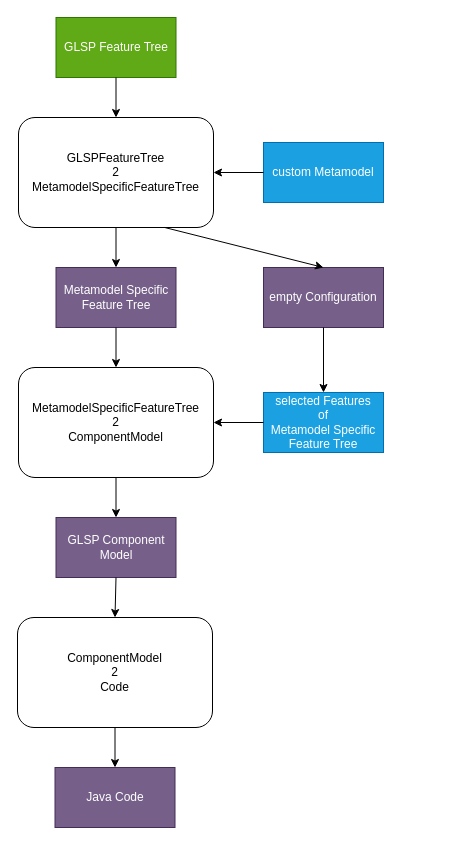
Earlier version of the draw.io diagram page "Seite-3" (3 of 3) of diagrams/componentDiagram.drawio (Botchi24/glsp). Source tidied: cells renumbered, new cells numbered last; positions are measured from the earlier drawing's top-left corner, leaving out a move shared by most shapes. Both pictures are drawn from the tidied source at 100%, with x=0, y=0 at pixel (17, 17).
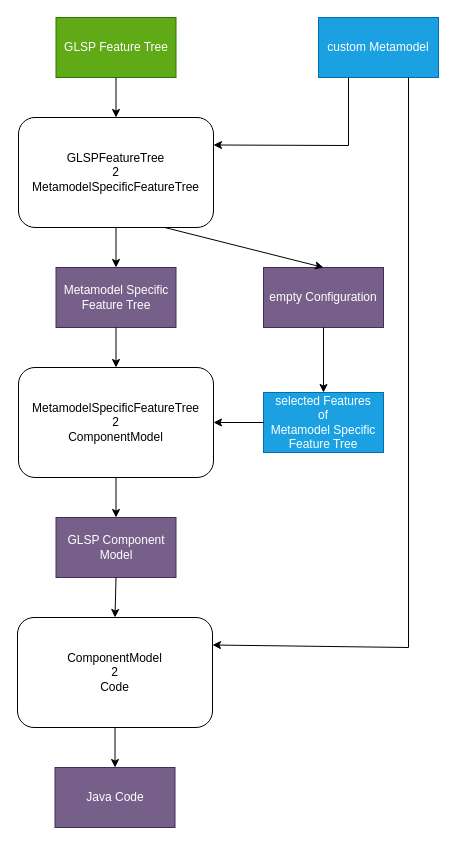
After the change.

The change refers to these unchanged cells:
```xml
<mxCell id="4" value="GLSPFeatureTree&lt;div&gt;2&lt;/div&gt;&lt;div&gt;MetamodelSpecificFeatureTree&lt;/div&gt;" style="rounded=1;whiteSpace=wrap;html=1;" parent="1" vertex="1">
  <mxGeometry x="1" y="100" width="195" height="110" as="geometry" />
</mxCell>
<mxCell id="18" value="&lt;div&gt;ComponentModel&lt;/div&gt;&lt;div&gt;2&lt;/div&gt;&lt;div&gt;Code&lt;br&gt;&lt;/div&gt;" style="rounded=1;whiteSpace=wrap;html=1;" parent="1" vertex="1">
  <mxGeometry y="600" width="195" height="110" as="geometry" />
</mxCell>
```

Change to the diagram source:
```diff
@@
     <mxCell id="3" value="custom Metamodel" style="rounded=0;whiteSpace=wrap;html=1;fillColor=#1ba1e2;fontColor=#ffffff;strokeColor=#006EAF;" parent="1" vertex="1">
-      <mxGeometry x="246" y="125" width="120" height="60" as="geometry" />
+      <mxGeometry x="301" width="120" height="60" as="geometry" />
     </mxCell>
@@
-    <mxCell id="12" style="endArrow=classic;html=1;rounded=0;exitX=0;exitY=0.5;exitDx=0;exitDy=0;entryX=1;entryY=0.5;entryDx=0;entryDy=0;" parent="1" edge="1" source="3" target="4">
-      <mxGeometry relative="1" as="geometry" />
+    <mxCell id="12" style="endArrow=classic;html=1;rounded=0;exitX=0.25;exitY=1;exitDx=0;exitDy=0;entryX=1;entryY=0.25;entryDx=0;entryDy=0;" parent="1" edge="1" source="3" target="4">
+      <mxGeometry relative="1" as="geometry">
+        <Array as="points">
+          <mxPoint x="331" y="128" />
+        </Array>
+      </mxGeometry>
     </mxCell>
@@
+    <mxCell id="22" style="endArrow=classic;html=1;rounded=0;exitX=0.75;exitY=1;exitDx=0;exitDy=0;entryX=1;entryY=0.25;entryDx=0;entryDy=0;" parent="1" edge="1" source="3" target="18">
+      <mxGeometry relative="1" as="geometry">
+        <Array as="points">
+          <mxPoint x="391" y="630" />
+        </Array>
+      </mxGeometry>
+    </mxCell>
```
